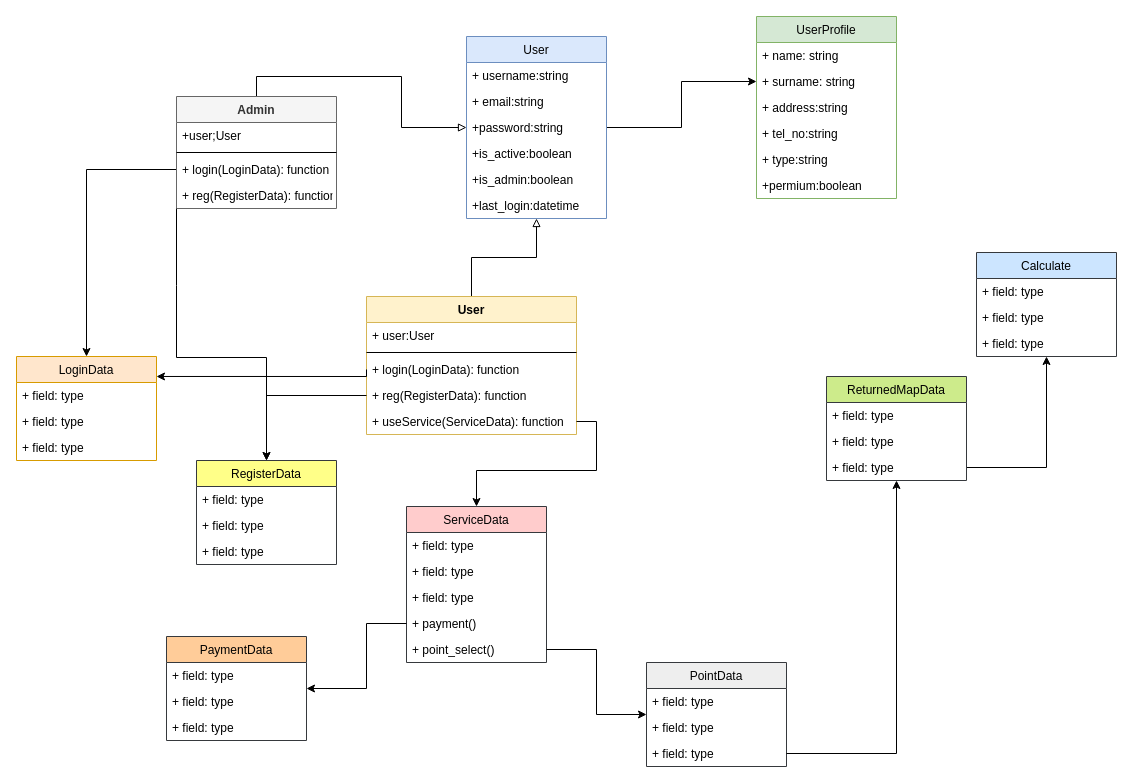
This is satalife_class_diagram.drawio from ilkinmethanol/satalife, a draw.io file, before an edit. Source tidied: cells renumbered, new cells numbered last; positions are measured from the earlier drawing's top-left corner, leaving out a move shared by most shapes. Both pictures are drawn from the tidied source at 100%, with x=0, y=0 at pixel (16, 16).
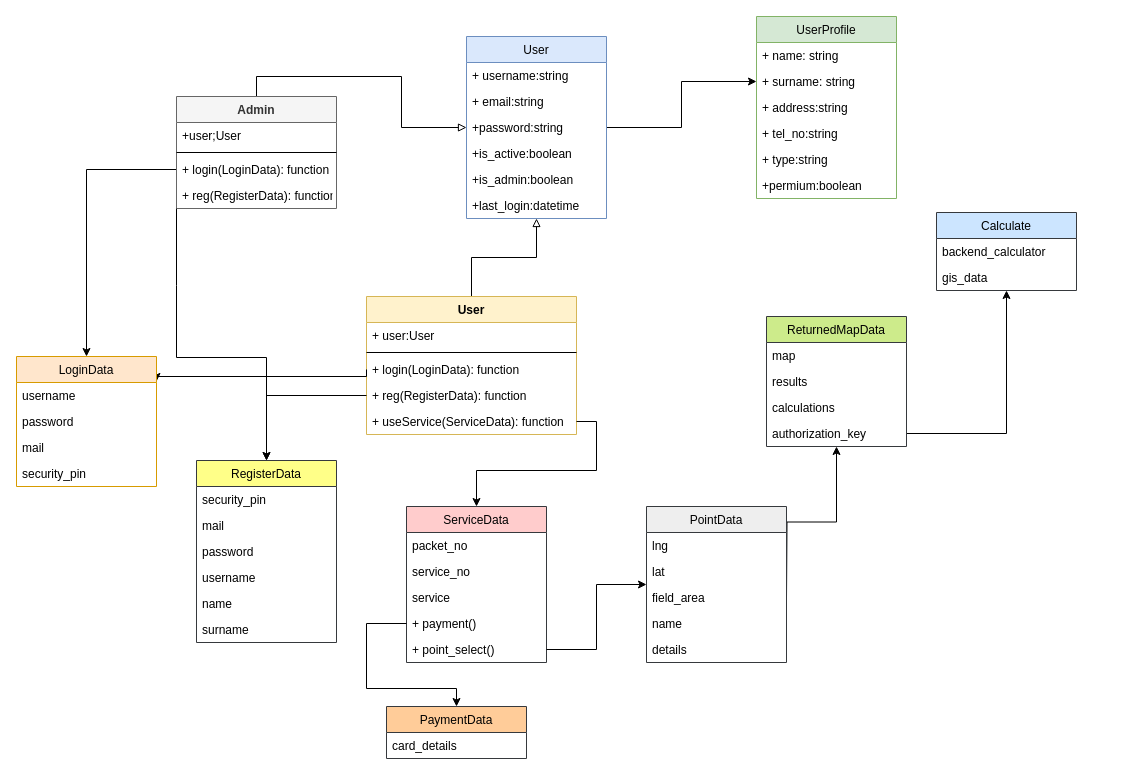
The same diagram, later.

The change refers to these unchanged cells:
```xml
<mxCell id="43" value="ServiceData" style="swimlane;fontStyle=0;horizontal=1;startSize=26;fillColor=#ffcccc;strokeColor=#36393d;" parent="1" vertex="1">
  <mxGeometry x="390" y="490" width="140" height="156" as="geometry" />
</mxCell>
```

Change to the diagram source:
```diff
@@
     <mxCell id="28" value="LoginData" style="swimlane;fontStyle=0;horizontal=1;startSize=26;fillColor=#ffe6cc;strokeColor=#d79b00;" parent="1" vertex="1">
-      <mxGeometry y="340" width="140" height="104" as="geometry" />
+      <mxGeometry y="340" width="140" height="130" as="geometry" />
     </mxCell>
-    <mxCell id="29" value="+ field: type" style="text;strokeColor=none;fillColor=none;align=left;verticalAlign=top;spacingLeft=4;spacingRight=4;overflow=hidden;" parent="28" vertex="1">
-      <mxGeometry y="26" width="140" height="26" as="geometry" />
-    </mxCell>
-    <mxCell id="30" value="+ field: type" style="text;strokeColor=none;fillColor=none;align=left;verticalAlign=top;spacingLeft=4;spacingRight=4;overflow=hidden;" parent="28" vertex="1">
-      <mxGeometry y="52" width="140" height="26" as="geometry" />
-    </mxCell>
-    <mxCell id="31" value="+ field: type" style="text;strokeColor=none;fillColor=none;align=left;verticalAlign=top;spacingLeft=4;spacingRight=4;overflow=hidden;" parent="28" vertex="1">
-      <mxGeometry y="78" width="140" height="26" as="geometry" />
+    <mxCell id="31" value="username" style="text;strokeColor=none;fillColor=none;align=left;verticalAlign=top;spacingLeft=4;spacingRight=4;overflow=hidden;" parent="28" vertex="1">
+      <mxGeometry y="26" width="140" height="26" as="geometry" />
     </mxCell>
+    <mxCell id="69" value="password" style="text;strokeColor=none;fillColor=none;align=left;verticalAlign=top;spacingLeft=4;spacingRight=4;overflow=hidden;" parent="28" vertex="1">
+      <mxGeometry y="52" width="140" height="26" as="geometry" />
+    </mxCell>
+    <mxCell id="70" value="mail" style="text;strokeColor=none;fillColor=none;align=left;verticalAlign=top;spacingLeft=4;spacingRight=4;overflow=hidden;" parent="28" vertex="1">
+      <mxGeometry y="78" width="140" height="26" as="geometry" />
+    </mxCell>
+    <mxCell id="71" value="security_pin" style="text;strokeColor=none;fillColor=none;align=left;verticalAlign=top;spacingLeft=4;spacingRight=4;overflow=hidden;" parent="28" vertex="1">
+      <mxGeometry y="104" width="140" height="26" as="geometry" />
+    </mxCell>
@@
     <mxCell id="33" value="RegisterData" style="swimlane;fontStyle=0;horizontal=1;startSize=26;fillColor=#ffff88;strokeColor=#36393d;" parent="1" vertex="1">
-      <mxGeometry x="180" y="444" width="140" height="104" as="geometry" />
+      <mxGeometry x="180" y="444" width="140" height="182" as="geometry" />
     </mxCell>
+    <mxCell id="72" value="security_pin" style="text;strokeColor=none;fillColor=none;align=left;verticalAlign=top;spacingLeft=4;spacingRight=4;overflow=hidden;" parent="33" vertex="1">
+      <mxGeometry y="26" width="140" height="26" as="geometry" />
+    </mxCell>
+    <mxCell id="73" value="mail" style="text;strokeColor=none;fillColor=none;align=left;verticalAlign=top;spacingLeft=4;spacingRight=4;overflow=hidden;" parent="33" vertex="1">
+      <mxGeometry y="52" width="140" height="26" as="geometry" />
+    </mxCell>
+    <mxCell id="74" value="password" style="text;strokeColor=none;fillColor=none;align=left;verticalAlign=top;spacingLeft=4;spacingRight=4;overflow=hidden;" parent="33" vertex="1">
+      <mxGeometry y="78" width="140" height="26" as="geometry" />
+    </mxCell>
+    <mxCell id="75" value="username" style="text;strokeColor=none;fillColor=none;align=left;verticalAlign=top;spacingLeft=4;spacingRight=4;overflow=hidden;" parent="33" vertex="1">
+      <mxGeometry y="104" width="140" height="26" as="geometry" />
+    </mxCell>
-    <mxCell id="34" value="+ field: type" style="text;strokeColor=none;fillColor=none;align=left;verticalAlign=top;spacingLeft=4;spacingRight=4;overflow=hidden;" parent="33" vertex="1">
-      <mxGeometry y="26" width="140" height="26" as="geometry" />
+    <mxCell id="34" value="name" style="text;strokeColor=none;fillColor=none;align=left;verticalAlign=top;spacingLeft=4;spacingRight=4;overflow=hidden;" parent="33" vertex="1">
+      <mxGeometry y="130" width="140" height="26" as="geometry" />
     </mxCell>
-    <mxCell id="35" value="+ field: type" style="text;strokeColor=none;fillColor=none;align=left;verticalAlign=top;spacingLeft=4;spacingRight=4;overflow=hidden;" parent="33" vertex="1">
-      <mxGeometry y="52" width="140" height="26" as="geometry" />
+    <mxCell id="35" value="surname" style="text;strokeColor=none;fillColor=none;align=left;verticalAlign=top;spacingLeft=4;spacingRight=4;overflow=hidden;" parent="33" vertex="1">
+      <mxGeometry y="156" width="140" height="26" as="geometry" />
     </mxCell>
-    <mxCell id="36" value="+ field: type" style="text;strokeColor=none;fillColor=none;align=left;verticalAlign=top;spacingLeft=4;spacingRight=4;overflow=hidden;" parent="33" vertex="1">
-      <mxGeometry y="78" width="140" height="26" as="geometry" />
-    </mxCell>
@@
-    <mxCell id="44" value="+ field: type" style="text;strokeColor=none;fillColor=none;align=left;verticalAlign=top;spacingLeft=4;spacingRight=4;overflow=hidden;" parent="43" vertex="1">
+    <mxCell id="44" value="packet_no" style="text;strokeColor=none;fillColor=none;align=left;verticalAlign=top;spacingLeft=4;spacingRight=4;overflow=hidden;" parent="43" vertex="1">
       <mxGeometry y="26" width="140" height="26" as="geometry" />
     </mxCell>
-    <mxCell id="45" value="+ field: type" style="text;strokeColor=none;fillColor=none;align=left;verticalAlign=top;spacingLeft=4;spacingRight=4;overflow=hidden;" parent="43" vertex="1">
+    <mxCell id="45" value="service_no" style="text;strokeColor=none;fillColor=none;align=left;verticalAlign=top;spacingLeft=4;spacingRight=4;overflow=hidden;" parent="43" vertex="1">
       <mxGeometry y="52" width="140" height="26" as="geometry" />
     </mxCell>
-    <mxCell id="46" value="+ field: type" style="text;strokeColor=none;fillColor=none;align=left;verticalAlign=top;spacingLeft=4;spacingRight=4;overflow=hidden;" parent="43" vertex="1">
+    <mxCell id="46" value="service" style="text;strokeColor=none;fillColor=none;align=left;verticalAlign=top;spacingLeft=4;spacingRight=4;overflow=hidden;" parent="43" vertex="1">
       <mxGeometry y="78" width="140" height="26" as="geometry" />
     </mxCell>
@@
+    <mxCell id="54" style="edgeStyle=orthogonalEdgeStyle;rounded=0;jettySize=auto;html=1;endArrow=classic;endFill=1;" parent="1" edge="1" source="43" target="65">
+      <mxGeometry relative="1" as="geometry">
+        <Array as="points">
+          <mxPoint x="350" y="607" />
+          <mxPoint x="350" y="672" />
+        </Array>
+      </mxGeometry>
+    </mxCell>
+    <mxCell id="55" style="edgeStyle=orthogonalEdgeStyle;rounded=0;jettySize=auto;html=1;exitX=1;exitY=0.5;exitDx=0;exitDy=0;endArrow=classic;endFill=1;" parent="1" edge="1" target="57">
+      <mxGeometry relative="1" as="geometry">
+        <mxPoint x="770" y="581" as="sourcePoint" />
+      </mxGeometry>
+    </mxCell>
+    <mxCell id="56" style="edgeStyle=orthogonalEdgeStyle;rounded=0;jettySize=auto;html=1;exitX=1;exitY=0.5;exitDx=0;exitDy=0;endArrow=classic;endFill=1;" parent="1" edge="1" source="60" target="61">
+      <mxGeometry relative="1" as="geometry" />
+    </mxCell>
+    <mxCell id="61" value="Calculate" style="swimlane;fontStyle=0;horizontal=1;startSize=26;fillColor=#cce5ff;strokeColor=#36393d;" parent="1" vertex="1">
+      <mxGeometry x="920" y="196" width="140" height="78" as="geometry" />
+    </mxCell>
+    <mxCell id="64" value="backend_calculator" style="text;strokeColor=none;fillColor=none;align=left;verticalAlign=top;spacingLeft=4;spacingRight=4;overflow=hidden;" parent="61" vertex="1">
+      <mxGeometry y="26" width="140" height="26" as="geometry" />
+    </mxCell>
+    <mxCell id="76" value="gis_data" style="text;strokeColor=none;fillColor=none;align=left;verticalAlign=top;spacingLeft=4;spacingRight=4;overflow=hidden;" parent="61" vertex="1">
+      <mxGeometry y="52" width="140" height="26" as="geometry" />
+    </mxCell>
+    <mxCell id="65" value="PaymentData" style="swimlane;fontStyle=0;horizontal=1;startSize=26;fillColor=#ffcc99;strokeColor=#36393d;" parent="1" vertex="1">
+      <mxGeometry x="370" y="690" width="140" height="52" as="geometry" />
+    </mxCell>
+    <mxCell id="68" value="card_details" style="text;strokeColor=none;fillColor=none;align=left;verticalAlign=top;spacingLeft=4;spacingRight=4;overflow=hidden;" parent="65" vertex="1">
+      <mxGeometry y="26" width="140" height="26" as="geometry" />
+    </mxCell>
     <mxCell id="50" value="PointData" style="swimlane;fontStyle=0;horizontal=1;startSize=26;fillColor=#eeeeee;strokeColor=#36393d;" parent="1" vertex="1">
-      <mxGeometry x="630" y="646" width="140" height="104" as="geometry" />
+      <mxGeometry x="630" y="490" width="140" height="156" as="geometry" />
     </mxCell>
-    <mxCell id="51" value="+ field: type" style="text;strokeColor=none;fillColor=none;align=left;verticalAlign=top;spacingLeft=4;spacingRight=4;overflow=hidden;" parent="50" vertex="1">
+    <mxCell id="51" value="lng" style="text;strokeColor=none;fillColor=none;align=left;verticalAlign=top;spacingLeft=4;spacingRight=4;overflow=hidden;" parent="50" vertex="1">
       <mxGeometry y="26" width="140" height="26" as="geometry" />
     </mxCell>
-    <mxCell id="52" value="+ field: type" style="text;strokeColor=none;fillColor=none;align=left;verticalAlign=top;spacingLeft=4;spacingRight=4;overflow=hidden;" parent="50" vertex="1">
+    <mxCell id="52" value="lat" style="text;strokeColor=none;fillColor=none;align=left;verticalAlign=top;spacingLeft=4;spacingRight=4;overflow=hidden;" parent="50" vertex="1">
       <mxGeometry y="52" width="140" height="26" as="geometry" />
     </mxCell>
-    <mxCell id="53" value="+ field: type" style="text;strokeColor=none;fillColor=none;align=left;verticalAlign=top;spacingLeft=4;spacingRight=4;overflow=hidden;points=[[0,0.5],[1,0.5]];portConstraint=eastwest;" parent="50" vertex="1">
-      <mxGeometry y="78" width="140" height="26" as="geometry" />
-    </mxCell>
-    <mxCell id="54" style="edgeStyle=orthogonalEdgeStyle;rounded=0;jettySize=auto;html=1;endArrow=classic;endFill=1;" parent="1" edge="1" source="43" target="65">
-      <mxGeometry relative="1" as="geometry">
-        <Array as="points">
-          <mxPoint x="350" y="607" />
-          <mxPoint x="350" y="672" />
-        </Array>
-      </mxGeometry>
-    </mxCell>
-    <mxCell id="55" style="edgeStyle=orthogonalEdgeStyle;rounded=0;jettySize=auto;html=1;exitX=1;exitY=0.5;exitDx=0;exitDy=0;endArrow=classic;endFill=1;" parent="1" edge="1" source="53" target="57">
-      <mxGeometry relative="1" as="geometry" />
-    </mxCell>
-    <mxCell id="56" style="edgeStyle=orthogonalEdgeStyle;rounded=0;jettySize=auto;html=1;exitX=1;exitY=0.5;exitDx=0;exitDy=0;endArrow=classic;endFill=1;" parent="1" edge="1" source="60" target="61">
-      <mxGeometry relative="1" as="geometry" />
-    </mxCell>
+    <mxCell id="77" value="field_area" style="text;strokeColor=none;fillColor=none;align=left;verticalAlign=top;spacingLeft=4;spacingRight=4;overflow=hidden;" parent="50" vertex="1">
+      <mxGeometry y="78" width="140" height="26" as="geometry" />
+    </mxCell>
+    <mxCell id="78" value="name" style="text;strokeColor=none;fillColor=none;align=left;verticalAlign=top;spacingLeft=4;spacingRight=4;overflow=hidden;" parent="50" vertex="1">
+      <mxGeometry y="104" width="140" height="26" as="geometry" />
+    </mxCell>
+    <mxCell id="79" value="details" style="text;strokeColor=none;fillColor=none;align=left;verticalAlign=top;spacingLeft=4;spacingRight=4;overflow=hidden;" parent="50" vertex="1">
+      <mxGeometry y="130" width="140" height="26" as="geometry" />
+    </mxCell>
     <mxCell id="57" value="ReturnedMapData" style="swimlane;fontStyle=0;horizontal=1;startSize=26;fillColor=#cdeb8b;strokeColor=#36393d;" parent="1" vertex="1">
-      <mxGeometry x="810" y="360" width="140" height="104" as="geometry" />
+      <mxGeometry x="750" y="300" width="140" height="130" as="geometry" />
     </mxCell>
-    <mxCell id="58" value="+ field: type" style="text;strokeColor=none;fillColor=none;align=left;verticalAlign=top;spacingLeft=4;spacingRight=4;overflow=hidden;" parent="57" vertex="1">
+    <mxCell id="58" value="map" style="text;strokeColor=none;fillColor=none;align=left;verticalAlign=top;spacingLeft=4;spacingRight=4;overflow=hidden;" parent="57" vertex="1">
       <mxGeometry y="26" width="140" height="26" as="geometry" />
     </mxCell>
-    <mxCell id="59" value="+ field: type" style="text;strokeColor=none;fillColor=none;align=left;verticalAlign=top;spacingLeft=4;spacingRight=4;overflow=hidden;" parent="57" vertex="1">
+    <mxCell id="59" value="results" style="text;strokeColor=none;fillColor=none;align=left;verticalAlign=top;spacingLeft=4;spacingRight=4;overflow=hidden;" parent="57" vertex="1">
       <mxGeometry y="52" width="140" height="26" as="geometry" />
     </mxCell>
+    <mxCell id="80" value="calculations" style="text;strokeColor=none;fillColor=none;align=left;verticalAlign=top;spacingLeft=4;spacingRight=4;overflow=hidden;" parent="57" vertex="1">
+      <mxGeometry y="78" width="140" height="26" as="geometry" />
+    </mxCell>
-    <mxCell id="60" value="+ field: type" style="text;strokeColor=none;fillColor=none;align=left;verticalAlign=top;spacingLeft=4;spacingRight=4;overflow=hidden;points=[[0,0.5],[1,0.5]];portConstraint=eastwest;" parent="57" vertex="1">
-      <mxGeometry y="78" width="140" height="26" as="geometry" />
+    <mxCell id="60" value="authorization_key" style="text;strokeColor=none;fillColor=none;align=left;verticalAlign=top;spacingLeft=4;spacingRight=4;overflow=hidden;points=[[0,0.5],[1,0.5]];portConstraint=eastwest;" parent="57" vertex="1">
+      <mxGeometry y="104" width="140" height="26" as="geometry" />
     </mxCell>
-    <mxCell id="61" value="Calculate" style="swimlane;fontStyle=0;horizontal=1;startSize=26;fillColor=#cce5ff;strokeColor=#36393d;" parent="1" vertex="1">
-      <mxGeometry x="960" y="236" width="140" height="104" as="geometry" />
-    </mxCell>
-    <mxCell id="62" value="+ field: type" style="text;strokeColor=none;fillColor=none;align=left;verticalAlign=top;spacingLeft=4;spacingRight=4;overflow=hidden;" parent="61" vertex="1">
-      <mxGeometry y="26" width="140" height="26" as="geometry" />
-    </mxCell>
-    <mxCell id="63" value="+ field: type" style="text;strokeColor=none;fillColor=none;align=left;verticalAlign=top;spacingLeft=4;spacingRight=4;overflow=hidden;" parent="61" vertex="1">
-      <mxGeometry y="52" width="140" height="26" as="geometry" />
-    </mxCell>
-    <mxCell id="64" value="+ field: type" style="text;strokeColor=none;fillColor=none;align=left;verticalAlign=top;spacingLeft=4;spacingRight=4;overflow=hidden;" parent="61" vertex="1">
-      <mxGeometry y="78" width="140" height="26" as="geometry" />
-    </mxCell>
-    <mxCell id="65" value="PaymentData" style="swimlane;fontStyle=0;horizontal=1;startSize=26;fillColor=#ffcc99;strokeColor=#36393d;" parent="1" vertex="1">
-      <mxGeometry x="150" y="620" width="140" height="104" as="geometry" />
-    </mxCell>
-    <mxCell id="66" value="+ field: type" style="text;strokeColor=none;fillColor=none;align=left;verticalAlign=top;spacingLeft=4;spacingRight=4;overflow=hidden;" parent="65" vertex="1">
-      <mxGeometry y="26" width="140" height="26" as="geometry" />
-    </mxCell>
-    <mxCell id="67" value="+ field: type" style="text;strokeColor=none;fillColor=none;align=left;verticalAlign=top;spacingLeft=4;spacingRight=4;overflow=hidden;" parent="65" vertex="1">
-      <mxGeometry y="52" width="140" height="26" as="geometry" />
-    </mxCell>
-    <mxCell id="68" value="+ field: type" style="text;strokeColor=none;fillColor=none;align=left;verticalAlign=top;spacingLeft=4;spacingRight=4;overflow=hidden;" parent="65" vertex="1">
-      <mxGeometry y="78" width="140" height="26" as="geometry" />
-    </mxCell>
```
